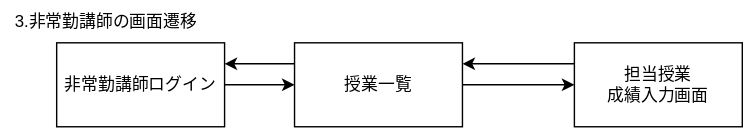
Earlier version of the draw.io export teamG5.drawio.svg (Skypeace8585/uml-introduction). Source tidied: cells renumbered, new cells last; positions are measured from the earlier drawing's top-left corner, leaving out a move shared by most shapes.
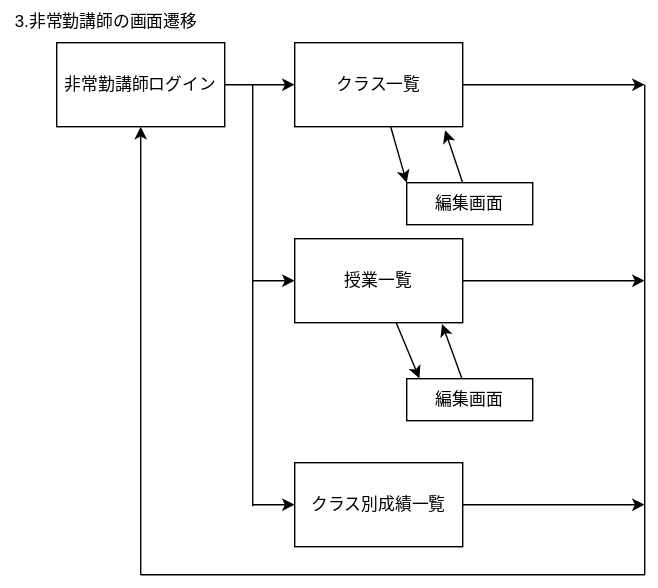
After the change.

The edit, as a diff of the source:
```diff
@@ -13,20 +13,80 @@
     <mxCell id="4" value="非常勤講師ログイン" style="rounded=0;whiteSpace=wrap;html=1;" parent="1" vertex="1">
       <mxGeometry x="40" y="30" width="120" height="60" as="geometry" />
     </mxCell>
-    <mxCell id="5" style="edgeStyle=none;html=1;entryX=1;entryY=0.25;entryDx=0;entryDy=0;exitX=0;exitY=0.25;exitDx=0;exitDy=0;" parent="1" edge="1" source="7" target="4">
-      <mxGeometry relative="1" as="geometry" />
-    </mxCell>
-    <mxCell id="6" style="edgeStyle=none;html=1;entryX=0;entryY=0.5;entryDx=0;entryDy=0;" parent="1" edge="1" source="7" target="9">
-      <mxGeometry relative="1" as="geometry" />
+    <mxCell id="6" style="edgeStyle=none;html=1;" parent="1" edge="1" source="7">
+      <mxGeometry relative="1" as="geometry">
+        <mxPoint x="460" y="60" as="targetPoint" />
+      </mxGeometry>
     </mxCell>
+    <mxCell id="10" style="edgeStyle=none;html=1;entryX=0;entryY=0;entryDx=0;entryDy=0;" parent="1" edge="1" source="7" target="22">
+      <mxGeometry relative="1" as="geometry" />
+    </mxCell>
-    <mxCell id="7" value="授業一覧" style="rounded=0;whiteSpace=wrap;html=1;" parent="1" vertex="1">
+    <mxCell id="7" value="クラス一覧" style="rounded=0;whiteSpace=wrap;html=1;" parent="1" vertex="1">
       <mxGeometry x="210" y="30" width="120" height="60" as="geometry" />
     </mxCell>
-    <mxCell id="8" style="edgeStyle=none;html=1;entryX=1;entryY=0.25;entryDx=0;entryDy=0;exitX=0;exitY=0.25;exitDx=0;exitDy=0;" parent="1" edge="1" source="9" target="7">
-      <mxGeometry relative="1" as="geometry" />
-    </mxCell>
-    <mxCell id="9" value="担当授業&lt;br&gt;成績入力画面" style="rounded=0;whiteSpace=wrap;html=1;" parent="1" vertex="1">
-      <mxGeometry x="410" y="30" width="120" height="60" as="geometry" />
-    </mxCell>
+    <mxCell id="11" style="endArrow=none;html=1;" parent="1" edge="1">
+      <mxGeometry relative="1" as="geometry">
+        <mxPoint x="180" y="361.1" as="sourcePoint" />
+        <mxPoint x="180" y="60" as="targetPoint" />
+      </mxGeometry>
+    </mxCell>
+    <mxCell id="12" style="edgeStyle=none;html=1;entryX=0.101;entryY=-0.007;entryDx=0;entryDy=0;entryPerimeter=0;" parent="1" edge="1" source="14" target="20">
+      <mxGeometry relative="1" as="geometry" />
+    </mxCell>
+    <mxCell id="13" style="edgeStyle=none;html=1;" parent="1" edge="1" source="14">
+      <mxGeometry relative="1" as="geometry">
+        <mxPoint x="460" y="200" as="targetPoint" />
+      </mxGeometry>
+    </mxCell>
+    <mxCell id="14" value="授業一覧" style="rounded=0;whiteSpace=wrap;html=1;" parent="1" vertex="1">
+      <mxGeometry x="210" y="170" width="120" height="60" as="geometry" />
+    </mxCell>
+    <mxCell id="15" style="endArrow=classic;html=1;entryX=0;entryY=0.5;entryDx=0;entryDy=0;" parent="1" edge="1" target="14">
+      <mxGeometry relative="1" as="geometry">
+        <mxPoint x="180" y="200" as="sourcePoint" />
+      </mxGeometry>
+    </mxCell>
+    <mxCell id="16" style="edgeStyle=none;html=1;" parent="1" edge="1" source="17">
+      <mxGeometry relative="1" as="geometry">
+        <mxPoint x="460" y="360" as="targetPoint" />
+      </mxGeometry>
+    </mxCell>
+    <mxCell id="17" value="クラス別成績一覧" style="rounded=0;whiteSpace=wrap;html=1;" parent="1" vertex="1">
+      <mxGeometry x="210" y="330" width="120" height="60" as="geometry" />
+    </mxCell>
+    <mxCell id="18" style="endArrow=classic;html=1;entryX=0;entryY=0.5;entryDx=0;entryDy=0;" parent="1" edge="1" target="17">
+      <mxGeometry relative="1" as="geometry">
+        <mxPoint x="180" y="360" as="sourcePoint" />
+      </mxGeometry>
+    </mxCell>
+    <mxCell id="19" style="edgeStyle=none;html=1;entryX=0.877;entryY=1.015;entryDx=0;entryDy=0;entryPerimeter=0;" parent="1" edge="1" source="20" target="14">
+      <mxGeometry relative="1" as="geometry" />
+    </mxCell>
+    <mxCell id="20" value="編集画面" style="rounded=0;whiteSpace=wrap;html=1;" parent="1" vertex="1">
+      <mxGeometry x="290" y="270" width="90" height="30" as="geometry" />
+    </mxCell>
+    <mxCell id="21" style="edgeStyle=none;html=1;entryX=0.895;entryY=1.043;entryDx=0;entryDy=0;entryPerimeter=0;" parent="1" edge="1" source="22" target="7">
+      <mxGeometry relative="1" as="geometry" />
+    </mxCell>
+    <mxCell id="22" value="編集画面" style="rounded=0;whiteSpace=wrap;html=1;" parent="1" vertex="1">
+      <mxGeometry x="290" y="130" width="90" height="30" as="geometry" />
+    </mxCell>
+    <mxCell id="23" style="endArrow=none;html=1;" parent="1" edge="1">
+      <mxGeometry relative="1" as="geometry">
+        <mxPoint x="460" y="60" as="sourcePoint" />
+        <mxPoint x="460" y="410" as="targetPoint" />
+      </mxGeometry>
+    </mxCell>
+    <mxCell id="24" style="endArrow=none;html=1;" parent="1" edge="1">
+      <mxGeometry relative="1" as="geometry">
+        <mxPoint x="100" y="410" as="sourcePoint" />
+        <mxPoint x="460" y="410" as="targetPoint" />
+      </mxGeometry>
+    </mxCell>
+    <mxCell id="25" style="endArrow=classic;html=1;entryX=0.5;entryY=1;entryDx=0;entryDy=0;" parent="1" edge="1" target="4">
+      <mxGeometry relative="1" as="geometry">
+        <mxPoint x="100" y="410" as="sourcePoint" />
+      </mxGeometry>
+    </mxCell>
   </root>
 </mxGraphModel>
```
